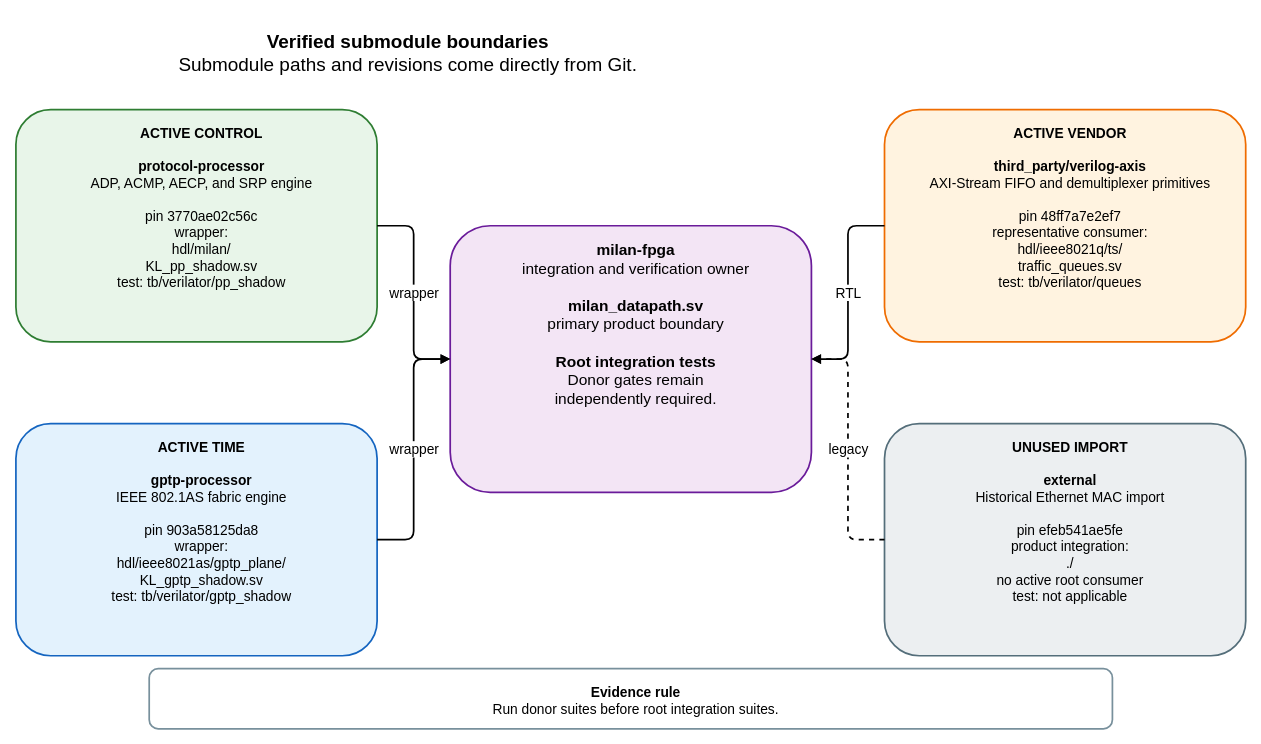
Above: docs/diagrams/submodule_boundaries.drawio in kebag-logic/milan-fpga (draw.io), before the change. Source tidied: cells renumbered, new cells numbered last; positions are measured from the earlier drawing's top-left corner, leaving out a move shared by most shapes. Both pictures are drawn from the tidied source at 86%, with x=0, y=0 at pixel (15, 15).
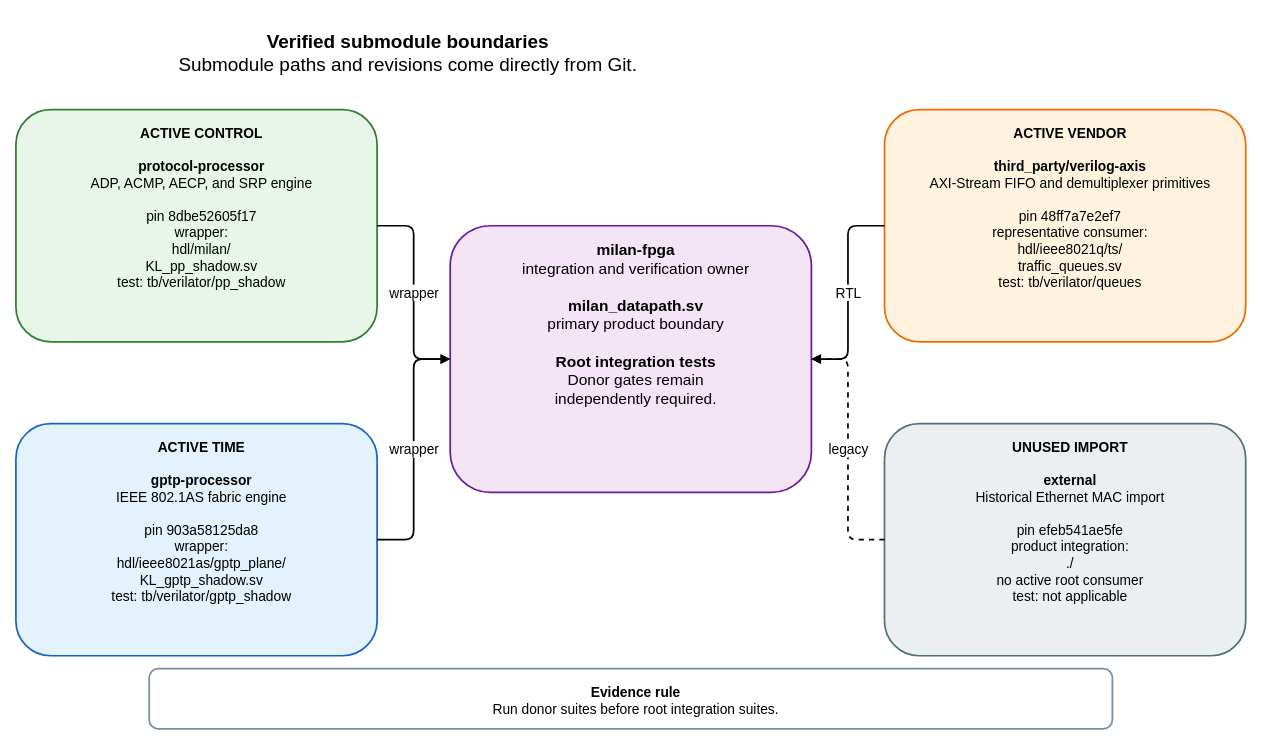
The same diagram, later.

Commit message (it also covers changes not shown here):
The submodule boundary diagram regenerates at the advanced pin, as its gate demands

What changed in the source:
```diff
@@
 <mxGraphModel>
   <root>
     <mxCell id="0" />
     <mxCell id="1" parent="0" />
     <mxCell id="2" value="&lt;b&gt;Verified submodule boundaries&lt;/b&gt;&lt;br&gt;Submodule paths and revisions come directly from Git." style="rounded=1;whiteSpace=wrap;html=1;verticalAlign=top;spacingTop=12;spacingLeft=12;fontSize=22;fontFamily=Helvetica;fillColor=none;strokeColor=none;strokeWidth=2;" parent="1" vertex="1">
       <mxGeometry width="900" height="65" as="geometry" />
     </mxCell>
     <mxCell id="3" value="&lt;b&gt;milan-fpga&lt;/b&gt;&lt;br&gt;integration and verification owner&lt;br&gt;&lt;br&gt;&lt;b&gt;milan_datapath.sv&lt;/b&gt;&lt;br&gt;primary product boundary&lt;br&gt;&lt;br&gt;&lt;b&gt;Root integration tests&lt;/b&gt;&lt;br&gt;Donor gates remain&lt;br&gt;independently required." style="rounded=1;whiteSpace=wrap;html=1;verticalAlign=top;spacingTop=12;spacingLeft=12;fontSize=18;fontFamily=Helvetica;fillColor=#F3E5F5;strokeColor=#6A1B9A;strokeWidth=2;" parent="1" vertex="1">
       <mxGeometry x="505" y="245" width="420" height="310" as="geometry" />
     </mxCell>
-    <mxCell id="4" value="&lt;b&gt;ACTIVE CONTROL&lt;/b&gt;&lt;br&gt;&lt;br&gt;&lt;b&gt;protocol-processor&lt;/b&gt;&lt;br&gt;ADP, ACMP, AECP, and SRP engine&lt;br&gt;&lt;br&gt;pin 3770ae02c56c&lt;br&gt;wrapper:&lt;br&gt;hdl/milan/&lt;br&gt;KL_pp_shadow.sv&lt;br&gt;test: tb/verilator/pp_shadow" style="rounded=1;whiteSpace=wrap;html=1;verticalAlign=top;spacingTop=12;spacingLeft=12;fontSize=16;fontFamily=Helvetica;fillColor=#E8F5E9;strokeColor=#2E7D32;strokeWidth=2;" parent="1" vertex="1">
+    <mxCell id="4" value="&lt;b&gt;ACTIVE CONTROL&lt;/b&gt;&lt;br&gt;&lt;br&gt;&lt;b&gt;protocol-processor&lt;/b&gt;&lt;br&gt;ADP, ACMP, AECP, and SRP engine&lt;br&gt;&lt;br&gt;pin 8dbe52605f17&lt;br&gt;wrapper:&lt;br&gt;hdl/milan/&lt;br&gt;KL_pp_shadow.sv&lt;br&gt;test: tb/verilator/pp_shadow" style="rounded=1;whiteSpace=wrap;html=1;verticalAlign=top;spacingTop=12;spacingLeft=12;fontSize=16;fontFamily=Helvetica;fillColor=#E8F5E9;strokeColor=#2E7D32;strokeWidth=2;" parent="1" vertex="1">
       <mxGeometry y="110" width="420" height="270" as="geometry" />
     </mxCell>
     <mxCell id="5" value="&lt;b&gt;ACTIVE TIME&lt;/b&gt;&lt;br&gt;&lt;br&gt;&lt;b&gt;gptp-processor&lt;/b&gt;&lt;br&gt;IEEE 802.1AS fabric engine&lt;br&gt;&lt;br&gt;pin 903a58125da8&lt;br&gt;wrapper:&lt;br&gt;hdl/ieee8021as/gptp_plane/&lt;br&gt;KL_gptp_shadow.sv&lt;br&gt;test: tb/verilator/gptp_shadow" style="rounded=1;whiteSpace=wrap;html=1;verticalAlign=top;spacingTop=12;spacingLeft=12;fontSize=16;fontFamily=Helvetica;fillColor=#E3F2FD;strokeColor=#1565C0;strokeWidth=2;" parent="1" vertex="1">
       <mxGeometry y="475" width="420" height="270" as="geometry" />
     </mxCell>
     <mxCell id="6" value="&lt;b&gt;ACTIVE VENDOR&lt;/b&gt;&lt;br&gt;&lt;br&gt;&lt;b&gt;third_party/verilog-axis&lt;/b&gt;&lt;br&gt;AXI-Stream FIFO and demultiplexer primitives&lt;br&gt;&lt;br&gt;pin 48ff7a7e2ef7&lt;br&gt;representative consumer:&lt;br&gt;hdl/ieee8021q/ts/&lt;br&gt;traffic_queues.sv&lt;br&gt;test: tb/verilator/queues" style="rounded=1;whiteSpace=wrap;html=1;verticalAlign=top;spacingTop=12;spacingLeft=12;fontSize=16;fontFamily=Helvetica;fillColor=#FFF3E0;strokeColor=#EF6C00;strokeWidth=2;" parent="1" vertex="1">
       <mxGeometry x="1010" y="110" width="420" height="270" as="geometry" />
     </mxCell>
     <mxCell id="7" value="&lt;b&gt;UNUSED IMPORT&lt;/b&gt;&lt;br&gt;&lt;br&gt;&lt;b&gt;external&lt;/b&gt;&lt;br&gt;Historical Ethernet MAC import&lt;br&gt;&lt;br&gt;pin efeb541ae5fe&lt;br&gt;product integration:&lt;br&gt;./&lt;br&gt;no active root consumer&lt;br&gt;test: not applicable" style="rounded=1;whiteSpace=wrap;html=1;verticalAlign=top;spacingTop=12;spacingLeft=12;fontSize=16;fontFamily=Helvetica;fillColor=#ECEFF1;strokeColor=#546E7A;strokeWidth=2;" parent="1" vertex="1">
       <mxGeometry x="1010" y="475" width="420" height="270" as="geometry" />
     </mxCell>
     <mxCell id="8" value="wrapper" style="edgeStyle=orthogonalEdgeStyle;rounded=1;jettySize=auto;html=1;endArrow=block;endFill=1;strokeWidth=2;fontSize=16;fontFamily=Helvetica;labelBackgroundColor=#FFFFFF;" parent="1" edge="1" source="4" target="3">
       <mxGeometry relative="1" as="geometry" />
     </mxCell>
     <mxCell id="9" value="wrapper" style="edgeStyle=orthogonalEdgeStyle;rounded=1;jettySize=auto;html=1;endArrow=block;endFill=1;strokeWidth=2;fontSize=16;fontFamily=Helvetica;labelBackgroundColor=#FFFFFF;" parent="1" edge="1" source="5" target="3">
       <mxGeometry relative="1" as="geometry" />
     </mxCell>
     <mxCell id="10" value="RTL" style="edgeStyle=orthogonalEdgeStyle;rounded=1;jettySize=auto;html=1;endArrow=block;endFill=1;strokeWidth=2;fontSize=16;fontFamily=Helvetica;labelBackgroundColor=#FFFFFF;" parent="1" edge="1" source="6" target="3">
       <mxGeometry relative="1" as="geometry" />
     </mxCell>
     <mxCell id="11" value="legacy" style="edgeStyle=orthogonalEdgeStyle;rounded=1;jettySize=auto;html=1;endArrow=block;endFill=1;strokeWidth=2;fontSize=16;fontFamily=Helvetica;labelBackgroundColor=#FFFFFF;dashed=1;" parent="1" edge="1" source="7" target="3">
       <mxGeometry relative="1" as="geometry" />
     </mxCell>
     <mxCell id="12" value="&lt;b&gt;Evidence rule&lt;/b&gt;&lt;br&gt;Run donor suites before root integration suites." style="rounded=1;whiteSpace=wrap;html=1;verticalAlign=top;spacingTop=12;spacingLeft=12;fontSize=16;fontFamily=Helvetica;fillColor=#FFFFFF;strokeColor=#78909C;strokeWidth=2;" parent="1" vertex="1">
       <mxGeometry x="155" y="760" width="1120" height="70" as="geometry" />
     </mxCell>
   </root>
 </mxGraphModel>
```
